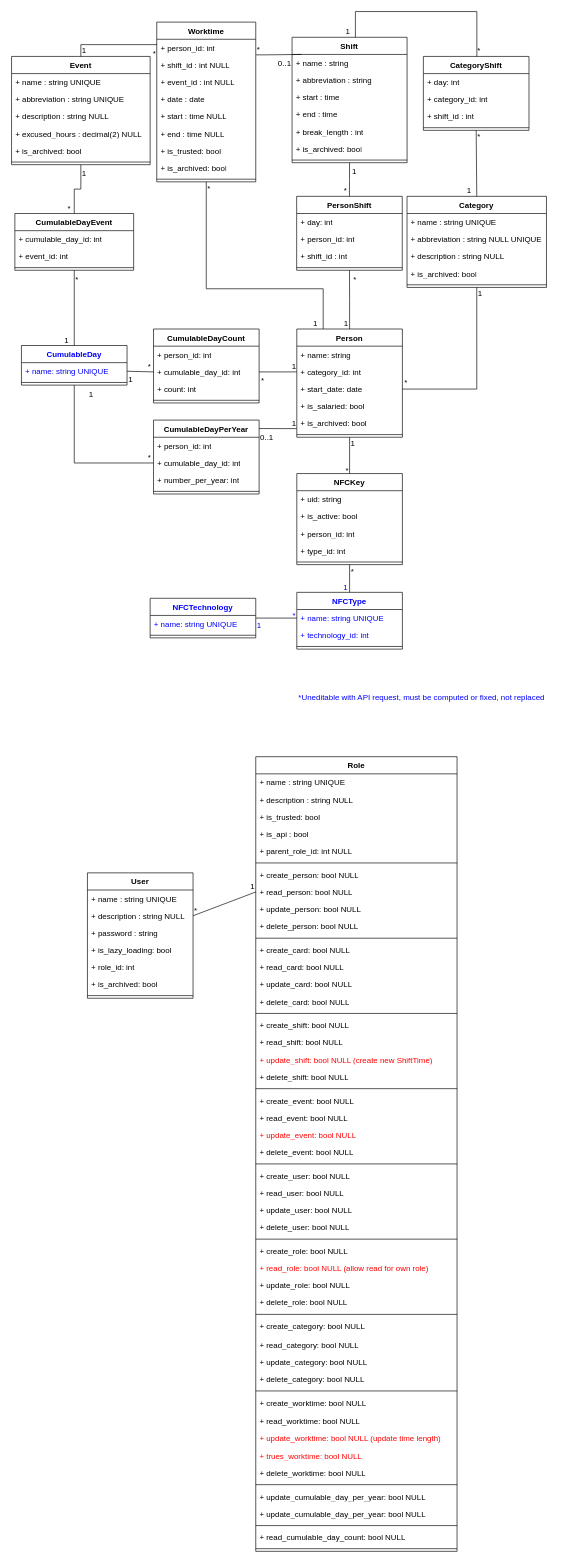
Above: TimeManagerMLD.drawio in FrShao/TimeManager (draw.io), before the change. Source tidied: cells renumbered, new cells numbered last; positions are measured from the earlier drawing's top-left corner, leaving out a move shared by most shapes. Both pictures are drawn from the tidied source at 66%, with x=0, y=0 at pixel (11, 11).
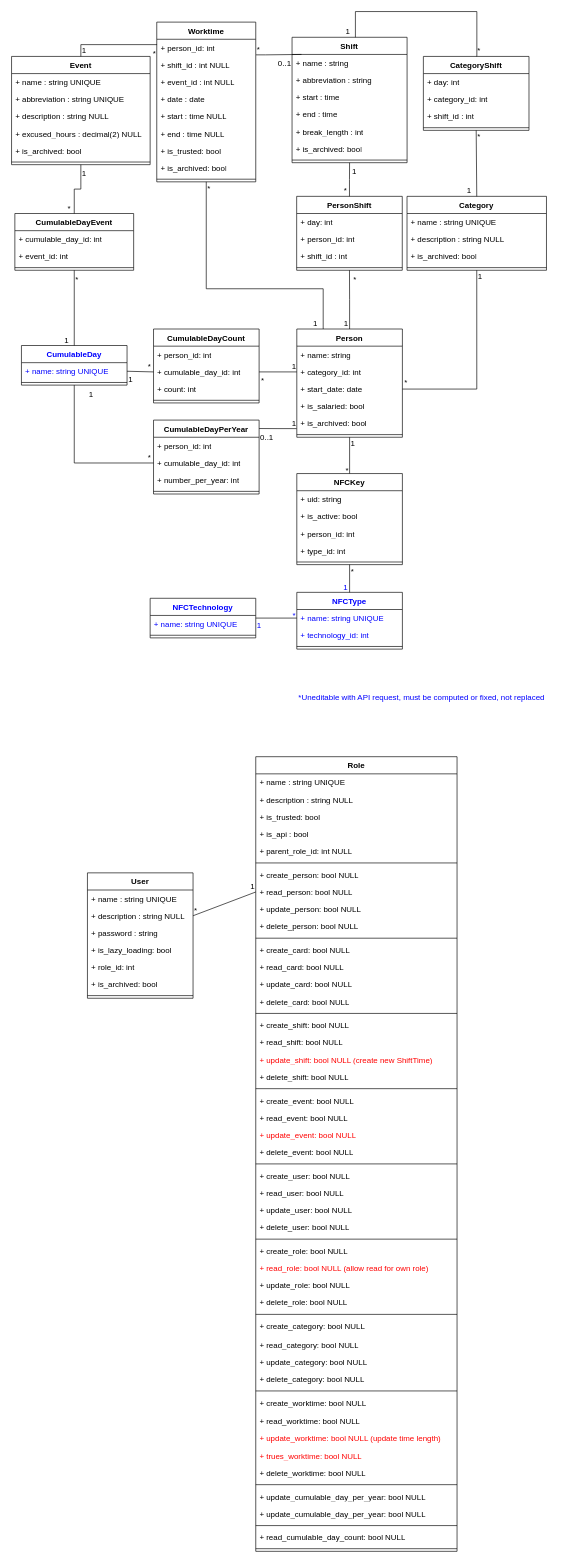
The same page after the edit.

Commit message:
Mettre à jour TimeManagerMLD.drawio

Change to the diagram source:
```diff
@@
     <mxCell id="62" value="Category" style="swimlane;fontStyle=1;align=center;verticalAlign=top;horizontal=1;startSize=26;whiteSpace=wrap;html=1;" parent="1" vertex="1">
-      <mxGeometry x="599.2" y="280" width="211.3" height="138" as="geometry" />
+      <mxGeometry x="599.2" y="280" width="211.3" height="112" as="geometry" />
     </mxCell>
@@
-    <mxCell id="64" value="+ abbreviation : string NULL UNIQUE" style="text;strokeColor=none;fillColor=none;align=left;verticalAlign=top;spacingLeft=4;spacingRight=4;overflow=hidden;whiteSpace=wrap;html=1;" parent="62" vertex="1">
-      <mxGeometry y="52" width="211.3" height="26" as="geometry" />
-    </mxCell>
     <mxCell id="65" value="+ description : string NULL" style="text;strokeColor=none;fillColor=none;align=left;verticalAlign=top;spacingLeft=4;spacingRight=4;overflow=hidden;whiteSpace=wrap;html=1;" parent="62" vertex="1">
-      <mxGeometry y="78" width="211.3" height="26" as="geometry" />
+      <mxGeometry y="52" width="211.3" height="26" as="geometry" />
     </mxCell>
     <mxCell id="66" value="+ is_archived: bool" style="text;strokeColor=none;fillColor=none;align=left;verticalAlign=top;spacingLeft=4;spacingRight=4;overflow=hidden;whiteSpace=wrap;html=1;" parent="62" vertex="1">
-      <mxGeometry y="104" width="211.3" height="26" as="geometry" />
+      <mxGeometry y="78" width="211.3" height="26" as="geometry" />
     </mxCell>
     <mxCell id="67" style="line;strokeWidth=1;fillColor=none;align=left;verticalAlign=middle;spacingTop=-1;spacingLeft=3;spacingRight=3;labelPosition=right;strokeColor=inherit;" parent="62" vertex="1">
-      <mxGeometry y="130" width="211.3" height="8" as="geometry" />
+      <mxGeometry y="104" width="211.3" height="8" as="geometry" />
     </mxCell>
```
